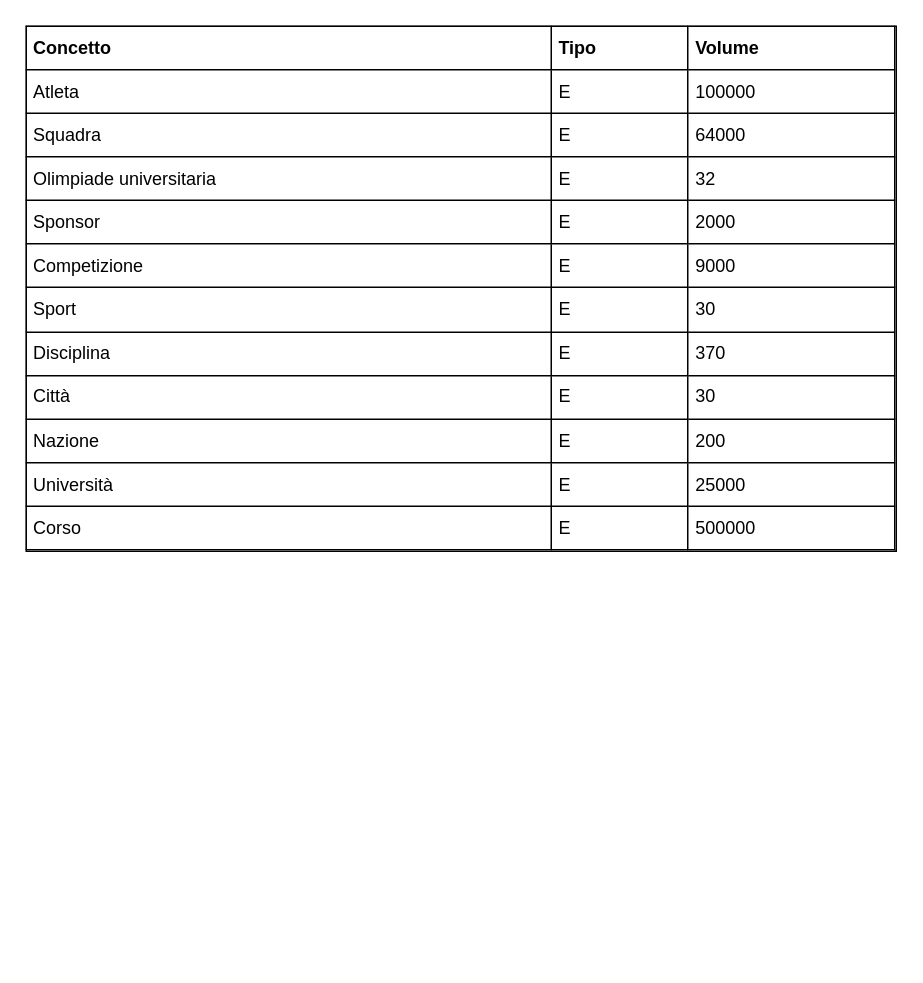
This is page "Volumi" (4 of 6) of Olimpiadi studentesche.drawio from giovannivelludo/database-project, a draw.io file, before an edit. Source tidied: cells renumbered, new cells numbered last; positions are measured from the earlier drawing's top-left corner, leaving out a move shared by most shapes. Both pictures are drawn from the tidied source at 150%, with x=0, y=0 at pixel (26, 26).
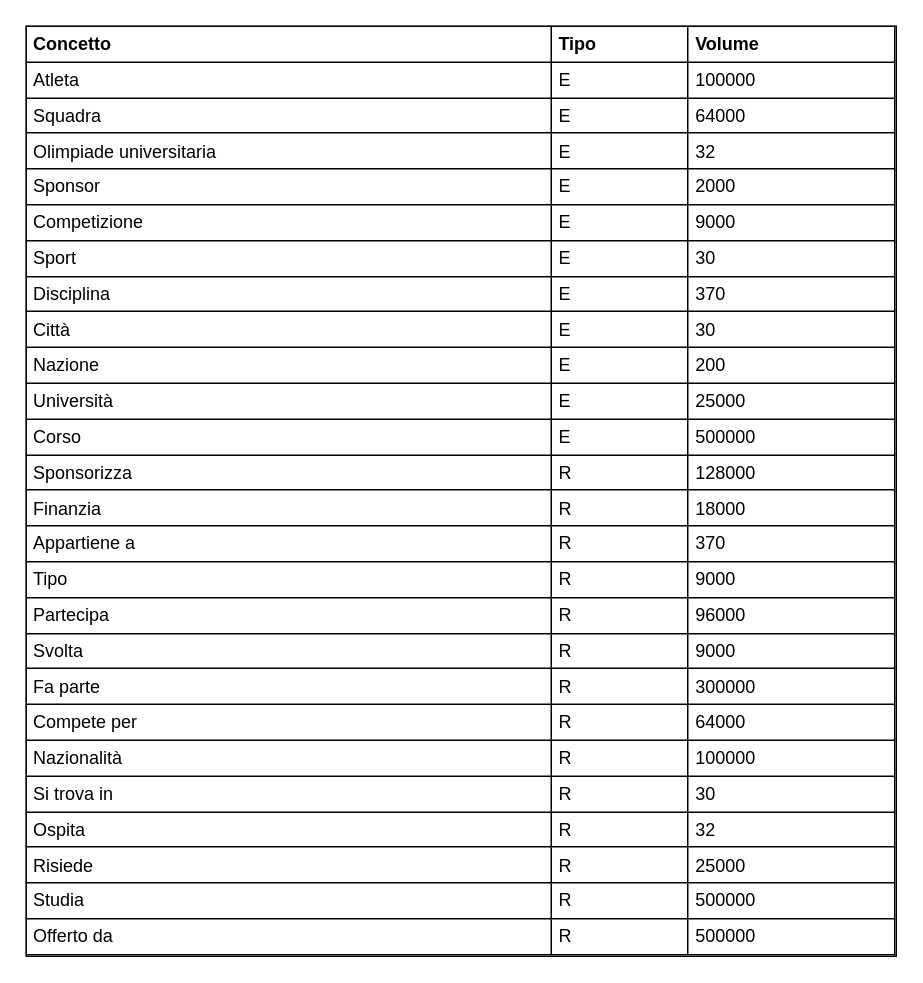
After the change.

What changed in the source:
```diff
@@
 <mxGraphModel>
   <root>
     <mxCell id="0" />
     <mxCell id="1" parent="0" />
-    <mxCell id="2" value="&lt;table style=&quot;width: 100% ; height: 100% ; border-collapse: collapse ; border: 1px solid rgb(0 , 0 , 0)&quot; width=&quot;100%&quot; cellpadding=&quot;4&quot; border=&quot;1&quot; align=&quot;left&quot;&gt;&lt;tbody&gt;&lt;tr style=&quot;color: rgb(255 , 255 , 255)&quot;&gt;&lt;th align=&quot;left&quot;&gt;&lt;span&gt;&lt;font color=&quot;#000000&quot;&gt;Concetto&lt;br&gt;&lt;/font&gt;&lt;/span&gt;&lt;/th&gt;&lt;th align=&quot;left&quot;&gt;&lt;span&gt;&lt;font color=&quot;#000000&quot;&gt;Tipo&lt;br&gt;&lt;/font&gt;&lt;/span&gt;&lt;/th&gt;&lt;td&gt;&lt;font color=&quot;#000000&quot;&gt;&lt;b&gt;Volume&lt;/b&gt;&lt;/font&gt;&lt;br&gt;&lt;/td&gt;&lt;/tr&gt;&lt;tr&gt;&lt;td&gt;&lt;span&gt;Atleta&lt;br&gt;&lt;/span&gt;&lt;/td&gt;&lt;td&gt;&lt;span&gt;E&lt;br&gt;&lt;/span&gt;&lt;/td&gt;&lt;td&gt;100000&lt;br&gt;&lt;/td&gt;&lt;/tr&gt;&lt;tr&gt;&lt;td&gt;&lt;span&gt;Squadra&lt;br&gt;&lt;/span&gt;&lt;/td&gt;&lt;td&gt;&lt;span&gt;E&lt;br&gt;&lt;/span&gt;&lt;/td&gt;&lt;td&gt;64000&lt;br&gt;&lt;/td&gt;&lt;/tr&gt;&lt;tr&gt;&lt;td&gt;&lt;span&gt;Olimpiade universitaria&lt;br&gt;&lt;/span&gt;&lt;/td&gt;&lt;td&gt;&lt;span&gt;E&lt;br&gt;&lt;/span&gt;&lt;/td&gt;&lt;td&gt;32&lt;br&gt;&lt;/td&gt;&lt;/tr&gt;&lt;tr&gt;&lt;td&gt;Sponsor&lt;br&gt;&lt;/td&gt;&lt;td&gt;E&lt;br&gt;&lt;/td&gt;&lt;td&gt;2000&lt;br&gt;&lt;/td&gt;&lt;/tr&gt;&lt;tr&gt;&lt;td&gt;&lt;span&gt;Competizione&lt;br&gt;&lt;/span&gt;&lt;/td&gt;&lt;td&gt;E&lt;br&gt;&lt;/td&gt;&lt;td&gt;9000&lt;br&gt;&lt;/td&gt;&lt;/tr&gt;&lt;tr&gt;&lt;td&gt;Sport&lt;br&gt;&lt;/td&gt;&lt;td&gt;&lt;span&gt;E&lt;/span&gt;&lt;br&gt;&lt;/td&gt;&lt;td&gt;30&lt;br&gt;&lt;/td&gt;&lt;/tr&gt;&lt;tr&gt;&lt;td&gt;Disciplina&lt;br&gt;&lt;/td&gt;&lt;td&gt;&lt;span&gt;E&lt;/span&gt;&lt;br&gt;&lt;/td&gt;&lt;td&gt;370&lt;br&gt;&lt;/td&gt;&lt;/tr&gt;&lt;tr&gt;&lt;td&gt;Città&lt;br&gt;&lt;/td&gt;&lt;td&gt;&lt;span&gt;E&lt;/span&gt;&lt;br&gt;&lt;/td&gt;&lt;td&gt;30&lt;br&gt;&lt;/td&gt;&lt;/tr&gt;&lt;tr&gt;&lt;td&gt;Nazione&lt;br&gt;&lt;/td&gt;&lt;td&gt;&lt;span&gt;E&lt;/span&gt;&lt;br&gt;&lt;/td&gt;&lt;td&gt;200&lt;br&gt;&lt;/td&gt;&lt;/tr&gt;&lt;tr&gt;&lt;td&gt;Università&lt;br&gt;&lt;/td&gt;&lt;td&gt;&lt;span&gt;E&lt;/span&gt;&lt;br&gt;&lt;/td&gt;&lt;td&gt;25000&lt;br&gt;&lt;/td&gt;&lt;/tr&gt;&lt;tr&gt;&lt;td&gt;Corso&lt;br&gt;&lt;/td&gt;&lt;td&gt;&lt;span&gt;E&lt;/span&gt;&lt;br&gt;&lt;/td&gt;&lt;td&gt;500000&lt;br&gt;&lt;/td&gt;&lt;/tr&gt;&lt;/tbody&gt;&lt;/table&gt;" style="text;html=1;strokeColor=#000000;fillColor=#ffffff;overflow=fill;rounded=0;" parent="1" vertex="1">
-      <mxGeometry width="580" height="350" as="geometry" />
+    <mxCell id="2" value="&lt;table style=&quot;width: 100% ; height: 100% ; border-collapse: collapse ; border: 1px solid rgb(0 , 0 , 0)&quot; width=&quot;100%&quot; cellpadding=&quot;4&quot; border=&quot;1&quot; align=&quot;left&quot;&gt;&lt;tbody&gt;&lt;tr style=&quot;color: rgb(255 , 255 , 255)&quot;&gt;&lt;th align=&quot;left&quot;&gt;&lt;span&gt;&lt;font color=&quot;#000000&quot;&gt;Concetto&lt;br&gt;&lt;/font&gt;&lt;/span&gt;&lt;/th&gt;&lt;th align=&quot;left&quot;&gt;&lt;span&gt;&lt;font color=&quot;#000000&quot;&gt;Tipo&lt;br&gt;&lt;/font&gt;&lt;/span&gt;&lt;/th&gt;&lt;td&gt;&lt;font color=&quot;#000000&quot;&gt;&lt;b&gt;Volume&lt;/b&gt;&lt;/font&gt;&lt;br&gt;&lt;/td&gt;&lt;/tr&gt;&lt;tr&gt;&lt;td&gt;&lt;span&gt;Atleta&lt;br&gt;&lt;/span&gt;&lt;/td&gt;&lt;td&gt;&lt;span&gt;E&lt;br&gt;&lt;/span&gt;&lt;/td&gt;&lt;td&gt;100000&lt;br&gt;&lt;/td&gt;&lt;/tr&gt;&lt;tr&gt;&lt;td&gt;&lt;span&gt;Squadra&lt;br&gt;&lt;/span&gt;&lt;/td&gt;&lt;td&gt;&lt;span&gt;E&lt;br&gt;&lt;/span&gt;&lt;/td&gt;&lt;td&gt;64000&lt;br&gt;&lt;/td&gt;&lt;/tr&gt;&lt;tr&gt;&lt;td&gt;&lt;span&gt;Olimpiade universitaria&lt;br&gt;&lt;/span&gt;&lt;/td&gt;&lt;td&gt;&lt;span&gt;E&lt;br&gt;&lt;/span&gt;&lt;/td&gt;&lt;td&gt;32&lt;br&gt;&lt;/td&gt;&lt;/tr&gt;&lt;tr&gt;&lt;td&gt;Sponsor&lt;br&gt;&lt;/td&gt;&lt;td&gt;E&lt;br&gt;&lt;/td&gt;&lt;td&gt;2000&lt;br&gt;&lt;/td&gt;&lt;/tr&gt;&lt;tr&gt;&lt;td&gt;&lt;span&gt;Competizione&lt;br&gt;&lt;/span&gt;&lt;/td&gt;&lt;td&gt;E&lt;br&gt;&lt;/td&gt;&lt;td&gt;9000&lt;br&gt;&lt;/td&gt;&lt;/tr&gt;&lt;tr&gt;&lt;td&gt;Sport&lt;br&gt;&lt;/td&gt;&lt;td&gt;&lt;span&gt;E&lt;/span&gt;&lt;br&gt;&lt;/td&gt;&lt;td&gt;30&lt;br&gt;&lt;/td&gt;&lt;/tr&gt;&lt;tr&gt;&lt;td&gt;Disciplina&lt;br&gt;&lt;/td&gt;&lt;td&gt;&lt;span&gt;E&lt;/span&gt;&lt;br&gt;&lt;/td&gt;&lt;td&gt;370&lt;br&gt;&lt;/td&gt;&lt;/tr&gt;&lt;tr&gt;&lt;td&gt;Città&lt;br&gt;&lt;/td&gt;&lt;td&gt;&lt;span&gt;E&lt;/span&gt;&lt;br&gt;&lt;/td&gt;&lt;td&gt;30&lt;br&gt;&lt;/td&gt;&lt;/tr&gt;&lt;tr&gt;&lt;td&gt;Nazione&lt;br&gt;&lt;/td&gt;&lt;td&gt;&lt;span&gt;E&lt;/span&gt;&lt;br&gt;&lt;/td&gt;&lt;td&gt;200&lt;br&gt;&lt;/td&gt;&lt;/tr&gt;&lt;tr&gt;&lt;td&gt;Università&lt;br&gt;&lt;/td&gt;&lt;td&gt;&lt;span&gt;E&lt;/span&gt;&lt;br&gt;&lt;/td&gt;&lt;td&gt;25000&lt;br&gt;&lt;/td&gt;&lt;/tr&gt;&lt;tr&gt;&lt;td&gt;Corso&lt;br&gt;&lt;/td&gt;&lt;td&gt;&lt;span&gt;E&lt;/span&gt;&lt;br&gt;&lt;/td&gt;&lt;td&gt;500000&lt;br&gt;&lt;/td&gt;&lt;/tr&gt;&lt;tr&gt;&lt;td&gt;Sponsorizza&lt;br&gt;&lt;/td&gt;&lt;td&gt;R&lt;br&gt;&lt;/td&gt;&lt;td&gt;128000&lt;br&gt;&lt;/td&gt;&lt;/tr&gt;&lt;tr&gt;&lt;td&gt;Finanzia&lt;br&gt;&lt;/td&gt;&lt;td&gt;R&lt;br&gt;&lt;/td&gt;&lt;td&gt;18000&lt;br&gt;&lt;/td&gt;&lt;/tr&gt;&lt;tr&gt;&lt;td&gt;Appartiene a&lt;br&gt;&lt;/td&gt;&lt;td&gt;R&lt;br&gt;&lt;/td&gt;&lt;td&gt;370&lt;br&gt;&lt;/td&gt;&lt;/tr&gt;&lt;tr&gt;&lt;td&gt;Tipo&lt;br&gt;&lt;/td&gt;&lt;td&gt;R&lt;br&gt;&lt;/td&gt;&lt;td&gt;9000&lt;br&gt;&lt;/td&gt;&lt;/tr&gt;&lt;tr&gt;&lt;td&gt;Partecipa&lt;br&gt;&lt;/td&gt;&lt;td&gt;R&lt;br&gt;&lt;/td&gt;&lt;td&gt;96000&lt;br&gt;&lt;/td&gt;&lt;/tr&gt;&lt;tr&gt;&lt;td&gt;Svolta&lt;br&gt;&lt;/td&gt;&lt;td&gt;R&lt;br&gt;&lt;/td&gt;&lt;td&gt;9000&lt;br&gt;&lt;/td&gt;&lt;/tr&gt;&lt;tr&gt;&lt;td&gt;Fa parte&lt;br&gt;&lt;/td&gt;&lt;td&gt;R&lt;br&gt;&lt;/td&gt;&lt;td&gt;300000&lt;/td&gt;&lt;/tr&gt;&lt;tr&gt;&lt;td&gt;Compete per&lt;br&gt;&lt;/td&gt;&lt;td&gt;R&lt;br&gt;&lt;/td&gt;&lt;td&gt;64000&lt;br&gt;&lt;/td&gt;&lt;/tr&gt;&lt;tr&gt;&lt;td&gt;Nazionalità&lt;br&gt;&lt;/td&gt;&lt;td&gt;R&lt;br&gt;&lt;/td&gt;&lt;td&gt;100000&lt;br&gt;&lt;/td&gt;&lt;/tr&gt;&lt;tr&gt;&lt;td&gt;Si trova in&lt;br&gt;&lt;/td&gt;&lt;td&gt;R&lt;br&gt;&lt;/td&gt;&lt;td&gt;30&lt;br&gt;&lt;/td&gt;&lt;/tr&gt;&lt;tr&gt;&lt;td&gt;Ospita&lt;br&gt;&lt;/td&gt;&lt;td&gt;R&lt;br&gt;&lt;/td&gt;&lt;td&gt;32&lt;br&gt;&lt;/td&gt;&lt;/tr&gt;&lt;tr&gt;&lt;td&gt;Risiede&lt;br&gt;&lt;/td&gt;&lt;td&gt;R&lt;br&gt;&lt;/td&gt;&lt;td&gt;25000&lt;br&gt;&lt;/td&gt;&lt;/tr&gt;&lt;tr&gt;&lt;td&gt;Studia&lt;br&gt;&lt;/td&gt;&lt;td&gt;R&lt;br&gt;&lt;/td&gt;&lt;td&gt;500000&lt;br&gt;&lt;/td&gt;&lt;/tr&gt;&lt;tr&gt;&lt;td&gt;Offerto da&lt;br&gt;&lt;/td&gt;&lt;td&gt;R&lt;br&gt;&lt;/td&gt;&lt;td&gt;500000&lt;/td&gt;&lt;/tr&gt;&lt;/tbody&gt;&lt;/table&gt;" style="text;html=1;strokeColor=#000000;fillColor=#ffffff;overflow=fill;rounded=0;" parent="1" vertex="1">
+      <mxGeometry width="580" height="620" as="geometry" />
     </mxCell>
   </root>
 </mxGraphModel>
```
